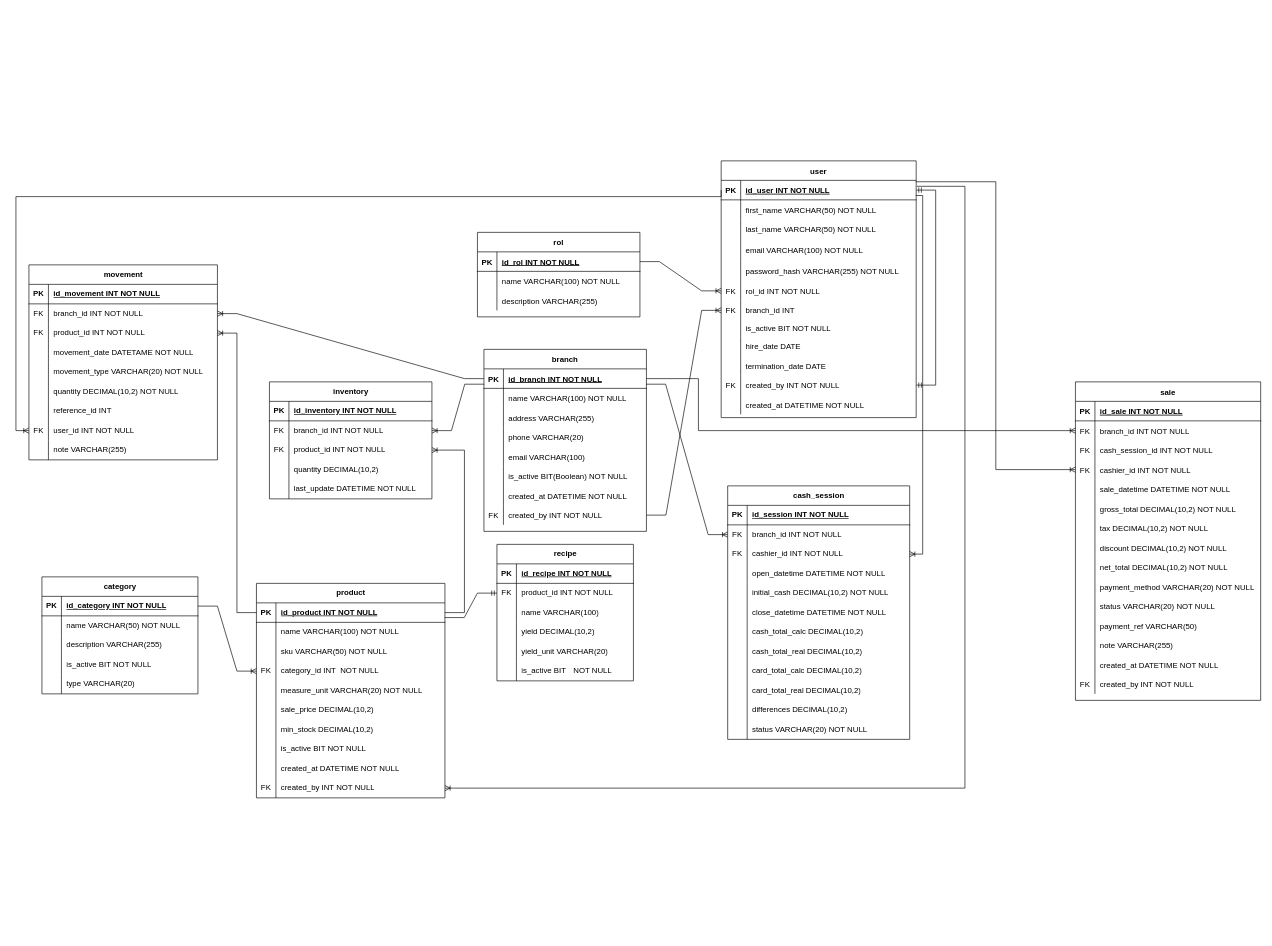
Above: Requerimientos/zeromerma_db.drawio in CastellanosBS/ZeroMerma (draw.io), before the change. Source tidied: cells renumbered, new cells numbered last; positions are measured from the earlier drawing's top-left corner, leaving out a move shared by most shapes. Both pictures are drawn from the tidied source at 65%, with x=0, y=0 at pixel (16, 161).
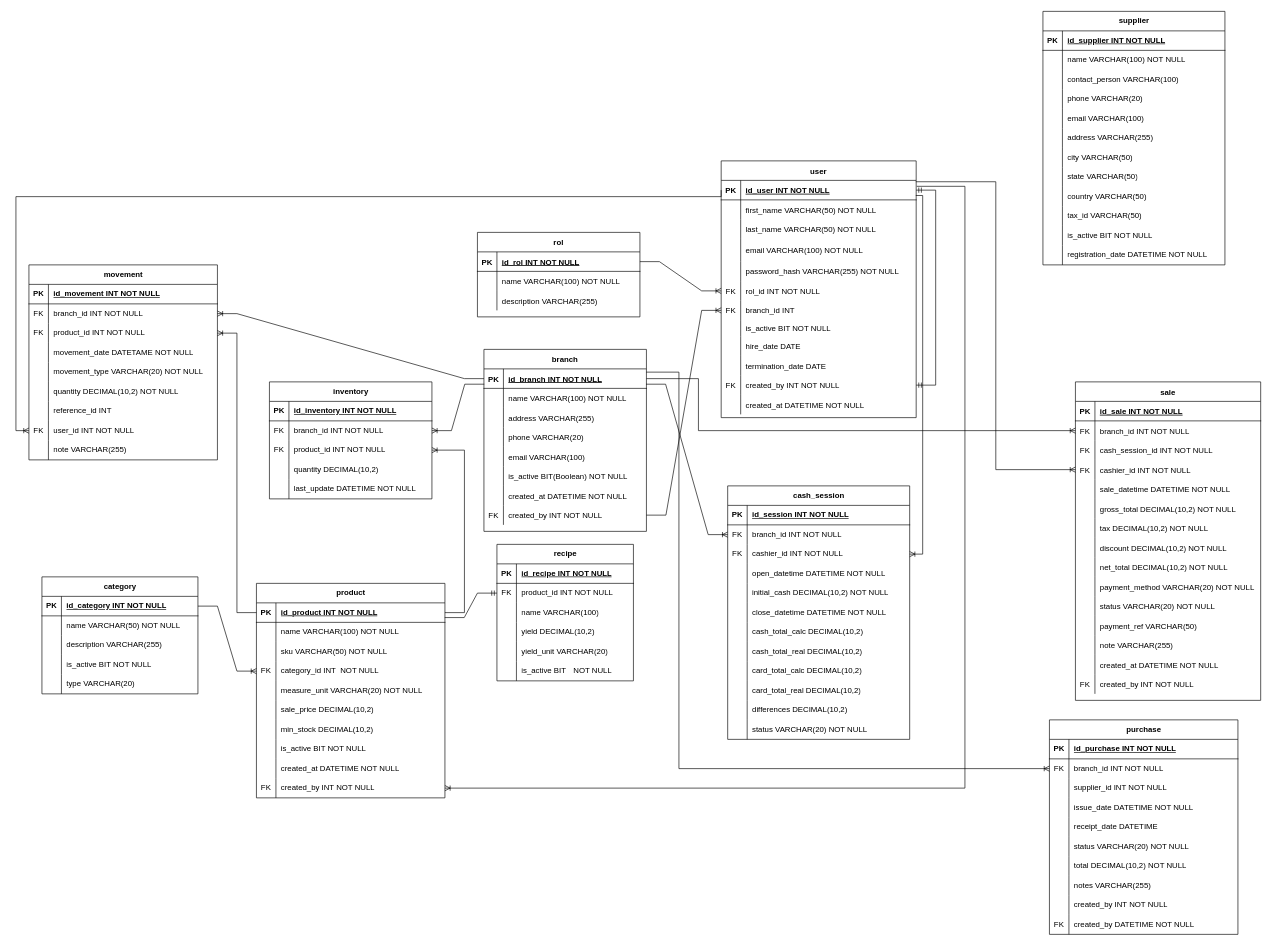
Above is the later version.

The change refers to these unchanged cells:
```xml
<mxCell id="3" style="shape=partialRectangle;fillColor=none;points=[[0,0.5],[1,0.5]];portConstraint=eastwest;top=0;left=0;right=0;bottom=1;" parent="2" vertex="1">
  <mxGeometry y="30" width="250" height="30" as="geometry" />
</mxCell>
```

Change to the diagram source:
```diff
@@
+    <mxCell id="282" value="supplier" style="shape=table;startSize=30;childLayout=tableLayout;rowLines=0;fontStyle=1;align=center;html=1;" parent="1" vertex="1">
+      <mxGeometry x="1580" y="-230" width="280" height="390" as="geometry" />
+    </mxCell>
+    <mxCell id="283" style="shape=tableRow;horizontal=0;startSize=0;swimlaneHead=0;swimlaneBody=0;fillColor=none;top=0;left=0;right=0;bottom=1;" parent="282" vertex="1">
+      <mxGeometry y="30" width="280" height="30" as="geometry" />
+    </mxCell>
+    <mxCell id="284" value="PK" style="shape=partialRectangle;fillColor=none;top=0;left=0;bottom=0;right=0;fontStyle=1;overflow=hidden;whiteSpace=wrap;html=1;" parent="283" vertex="1">
+      <mxGeometry width="30" height="30" as="geometry" />
+    </mxCell>
+    <mxCell id="285" value="id_supplier INT NOT NULL" style="shape=partialRectangle;fillColor=none;top=0;left=0;bottom=0;right=0;align=left;spacingLeft=6;fontStyle=5;overflow=hidden;whiteSpace=wrap;html=1;" parent="283" vertex="1">
+      <mxGeometry x="30" width="250" height="30" as="geometry" />
+    </mxCell>
+    <mxCell id="286" style="shape=tableRow;horizontal=0;startSize=0;swimlaneHead=0;swimlaneBody=0;fillColor=none;top=0;left=0;right=0;bottom=0;" parent="282" vertex="1">
+      <mxGeometry y="60" width="280" height="30" as="geometry" />
+    </mxCell>
+    <mxCell id="287" style="shape=partialRectangle;fillColor=none;top=0;left=0;bottom=0;right=0;overflow=hidden;whiteSpace=wrap;html=1;" parent="286" vertex="1">
+      <mxGeometry width="30" height="30" as="geometry" />
+    </mxCell>
+    <mxCell id="288" value="name VARCHAR(100) NOT NULL" style="shape=partialRectangle;fillColor=none;top=0;left=0;bottom=0;right=0;align=left;spacingLeft=6;overflow=hidden;whiteSpace=wrap;html=1;" parent="286" vertex="1">
+      <mxGeometry x="30" width="250" height="30" as="geometry" />
+    </mxCell>
+    <mxCell id="289" style="shape=tableRow;horizontal=0;startSize=0;swimlaneHead=0;swimlaneBody=0;fillColor=none;top=0;left=0;right=0;bottom=0;" parent="282" vertex="1">
+      <mxGeometry y="90" width="280" height="30" as="geometry" />
+    </mxCell>
+    <mxCell id="290" style="shape=partialRectangle;fillColor=none;top=0;left=0;bottom=0;right=0;overflow=hidden;whiteSpace=wrap;html=1;" parent="289" vertex="1">
+      <mxGeometry width="30" height="30" as="geometry" />
+    </mxCell>
+    <mxCell id="291" value="contact_person VARCHAR(100)" style="shape=partialRectangle;fillColor=none;top=0;left=0;bottom=0;right=0;align=left;spacingLeft=6;overflow=hidden;whiteSpace=wrap;html=1;" parent="289" vertex="1">
+      <mxGeometry x="30" width="250" height="30" as="geometry" />
+    </mxCell>
+    <mxCell id="292" style="shape=tableRow;horizontal=0;startSize=0;swimlaneHead=0;swimlaneBody=0;fillColor=none;top=0;left=0;right=0;bottom=0;" parent="282" vertex="1">
+      <mxGeometry y="120" width="280" height="30" as="geometry" />
+    </mxCell>
+    <mxCell id="293" style="shape=partialRectangle;fillColor=none;top=0;left=0;bottom=0;right=0;overflow=hidden;whiteSpace=wrap;html=1;" parent="292" vertex="1">
+      <mxGeometry width="30" height="30" as="geometry" />
+    </mxCell>
+    <mxCell id="294" value="phone VARCHAR(20)" style="shape=partialRectangle;fillColor=none;top=0;left=0;bottom=0;right=0;align=left;spacingLeft=6;overflow=hidden;whiteSpace=wrap;html=1;" parent="292" vertex="1">
+      <mxGeometry x="30" width="250" height="30" as="geometry" />
+    </mxCell>
+    <mxCell id="295" style="shape=tableRow;horizontal=0;startSize=0;swimlaneHead=0;swimlaneBody=0;fillColor=none;top=0;left=0;right=0;bottom=0;" parent="282" vertex="1">
+      <mxGeometry y="150" width="280" height="30" as="geometry" />
+    </mxCell>
+    <mxCell id="296" style="shape=partialRectangle;fillColor=none;top=0;left=0;bottom=0;right=0;overflow=hidden;whiteSpace=wrap;html=1;" parent="295" vertex="1">
+      <mxGeometry width="30" height="30" as="geometry" />
+    </mxCell>
+    <mxCell id="297" value="email VARCHAR(100)&amp;nbsp;" style="shape=partialRectangle;fillColor=none;top=0;left=0;bottom=0;right=0;align=left;spacingLeft=6;overflow=hidden;whiteSpace=wrap;html=1;" parent="295" vertex="1">
+      <mxGeometry x="30" width="250" height="30" as="geometry" />
+    </mxCell>
+    <mxCell id="298" style="shape=tableRow;horizontal=0;startSize=0;swimlaneHead=0;swimlaneBody=0;fillColor=none;top=0;left=0;right=0;bottom=0;" parent="282" vertex="1">
+      <mxGeometry y="180" width="280" height="30" as="geometry" />
+    </mxCell>
+    <mxCell id="299" style="shape=partialRectangle;fillColor=none;top=0;left=0;bottom=0;right=0;overflow=hidden;whiteSpace=wrap;html=1;" parent="298" vertex="1">
+      <mxGeometry width="30" height="30" as="geometry" />
+    </mxCell>
+    <mxCell id="300" value="address VARCHAR(255)" style="shape=partialRectangle;fillColor=none;top=0;left=0;bottom=0;right=0;align=left;spacingLeft=6;overflow=hidden;whiteSpace=wrap;html=1;" parent="298" vertex="1">
+      <mxGeometry x="30" width="250" height="30" as="geometry" />
+    </mxCell>
+    <mxCell id="301" style="shape=tableRow;horizontal=0;startSize=0;swimlaneHead=0;swimlaneBody=0;fillColor=none;top=0;left=0;right=0;bottom=0;" parent="282" vertex="1">
+      <mxGeometry y="210" width="280" height="30" as="geometry" />
+    </mxCell>
+    <mxCell id="302" style="shape=partialRectangle;fillColor=none;top=0;left=0;bottom=0;right=0;overflow=hidden;whiteSpace=wrap;html=1;" parent="301" vertex="1">
+      <mxGeometry width="30" height="30" as="geometry" />
+    </mxCell>
+    <mxCell id="303" value="city VARCHAR(50)" style="shape=partialRectangle;fillColor=none;top=0;left=0;bottom=0;right=0;align=left;spacingLeft=6;overflow=hidden;whiteSpace=wrap;html=1;" parent="301" vertex="1">
+      <mxGeometry x="30" width="250" height="30" as="geometry" />
+    </mxCell>
+    <mxCell id="304" style="shape=tableRow;horizontal=0;startSize=0;swimlaneHead=0;swimlaneBody=0;fillColor=none;top=0;left=0;right=0;bottom=0;" parent="282" vertex="1">
+      <mxGeometry y="240" width="280" height="30" as="geometry" />
+    </mxCell>
+    <mxCell id="305" style="shape=partialRectangle;fillColor=none;top=0;left=0;bottom=0;right=0;overflow=hidden;whiteSpace=wrap;html=1;" parent="304" vertex="1">
+      <mxGeometry width="30" height="30" as="geometry" />
+    </mxCell>
+    <mxCell id="306" value="state VARCHAR(50)" style="shape=partialRectangle;fillColor=none;top=0;left=0;bottom=0;right=0;align=left;spacingLeft=6;overflow=hidden;whiteSpace=wrap;html=1;" parent="304" vertex="1">
+      <mxGeometry x="30" width="250" height="30" as="geometry" />
+    </mxCell>
+    <mxCell id="307" style="shape=tableRow;horizontal=0;startSize=0;swimlaneHead=0;swimlaneBody=0;fillColor=none;top=0;left=0;right=0;bottom=0;" parent="282" vertex="1">
+      <mxGeometry y="270" width="280" height="30" as="geometry" />
+    </mxCell>
+    <mxCell id="308" style="shape=partialRectangle;fillColor=none;top=0;left=0;bottom=0;right=0;overflow=hidden;whiteSpace=wrap;html=1;" parent="307" vertex="1">
+      <mxGeometry width="30" height="30" as="geometry" />
+    </mxCell>
+    <mxCell id="309" value="country VARCHAR(50)" style="shape=partialRectangle;fillColor=none;top=0;left=0;bottom=0;right=0;align=left;spacingLeft=6;overflow=hidden;whiteSpace=wrap;html=1;" parent="307" vertex="1">
+      <mxGeometry x="30" width="250" height="30" as="geometry" />
+    </mxCell>
+    <mxCell id="310" style="shape=tableRow;horizontal=0;startSize=0;swimlaneHead=0;swimlaneBody=0;fillColor=none;top=0;left=0;right=0;bottom=0;" parent="282" vertex="1">
+      <mxGeometry y="300" width="280" height="30" as="geometry" />
+    </mxCell>
+    <mxCell id="311" style="shape=partialRectangle;fillColor=none;top=0;left=0;bottom=0;right=0;overflow=hidden;whiteSpace=wrap;html=1;" parent="310" vertex="1">
+      <mxGeometry width="30" height="30" as="geometry" />
+    </mxCell>
+    <mxCell id="312" value="tax_id VARCHAR(50)" style="shape=partialRectangle;fillColor=none;top=0;left=0;bottom=0;right=0;align=left;spacingLeft=6;overflow=hidden;whiteSpace=wrap;html=1;" parent="310" vertex="1">
+      <mxGeometry x="30" width="250" height="30" as="geometry" />
+    </mxCell>
+    <mxCell id="313" style="shape=tableRow;horizontal=0;startSize=0;swimlaneHead=0;swimlaneBody=0;fillColor=none;top=0;left=0;right=0;bottom=0;" parent="282" vertex="1">
+      <mxGeometry y="330" width="280" height="30" as="geometry" />
+    </mxCell>
+    <mxCell id="314" style="shape=partialRectangle;fillColor=none;top=0;left=0;bottom=0;right=0;overflow=hidden;whiteSpace=wrap;html=1;" parent="313" vertex="1">
+      <mxGeometry width="30" height="30" as="geometry" />
+    </mxCell>
+    <mxCell id="315" value="is_active BIT NOT NULL" style="shape=partialRectangle;fillColor=none;top=0;left=0;bottom=0;right=0;align=left;spacingLeft=6;overflow=hidden;whiteSpace=wrap;html=1;" parent="313" vertex="1">
+      <mxGeometry x="30" width="250" height="30" as="geometry" />
+    </mxCell>
+    <mxCell id="316" style="shape=tableRow;horizontal=0;startSize=0;swimlaneHead=0;swimlaneBody=0;fillColor=none;top=0;left=0;right=0;bottom=0;" parent="282" vertex="1">
+      <mxGeometry y="360" width="280" height="30" as="geometry" />
+    </mxCell>
+    <mxCell id="317" style="shape=partialRectangle;fillColor=none;top=0;left=0;bottom=0;right=0;overflow=hidden;whiteSpace=wrap;html=1;" parent="316" vertex="1">
+      <mxGeometry width="30" height="30" as="geometry" />
+    </mxCell>
+    <mxCell id="318" value="registration_date DATETIME NOT NULL" style="shape=partialRectangle;fillColor=none;top=0;left=0;bottom=0;right=0;align=left;spacingLeft=6;overflow=hidden;whiteSpace=wrap;html=1;" parent="316" vertex="1">
+      <mxGeometry x="30" width="250" height="30" as="geometry" />
+    </mxCell>
+    <mxCell id="319" value="purchase" style="shape=table;startSize=30;childLayout=tableLayout;rowLines=0;fontStyle=1;align=center;html=1;" parent="1" vertex="1">
+      <mxGeometry x="1590" y="860" width="290" height="330" as="geometry" />
+    </mxCell>
+    <mxCell id="320" style="shape=tableRow;horizontal=0;startSize=0;swimlaneHead=0;swimlaneBody=0;fillColor=none;top=0;left=0;right=0;bottom=1;" parent="319" vertex="1">
+      <mxGeometry y="30" width="290" height="30" as="geometry" />
+    </mxCell>
+    <mxCell id="321" value="PK" style="shape=partialRectangle;fillColor=none;top=0;left=0;bottom=0;right=0;fontStyle=1;overflow=hidden;whiteSpace=wrap;html=1;" parent="320" vertex="1">
+      <mxGeometry width="30" height="30" as="geometry" />
+    </mxCell>
+    <mxCell id="322" value="id_purchase INT NOT NULL" style="shape=partialRectangle;fillColor=none;top=0;left=0;bottom=0;right=0;align=left;spacingLeft=6;fontStyle=5;overflow=hidden;whiteSpace=wrap;html=1;" parent="320" vertex="1">
+      <mxGeometry x="30" width="260" height="30" as="geometry" />
+    </mxCell>
+    <mxCell id="323" style="shape=tableRow;horizontal=0;startSize=0;swimlaneHead=0;swimlaneBody=0;fillColor=none;points=[[0,0.5],[1,0.5]];portConstraint=eastwest;top=0;left=0;right=0;bottom=0;" parent="319" vertex="1">
+      <mxGeometry y="60" width="290" height="30" as="geometry" />
+    </mxCell>
+    <mxCell id="324" value="FK" style="shape=partialRectangle;fillColor=none;top=0;left=0;bottom=0;right=0;overflow=hidden;whiteSpace=wrap;html=1;" parent="323" vertex="1">
+      <mxGeometry width="30" height="30" as="geometry" />
+    </mxCell>
+    <mxCell id="325" value="branch_id INT NOT NULL" style="shape=partialRectangle;fillColor=none;top=0;left=0;bottom=0;right=0;align=left;spacingLeft=6;overflow=hidden;whiteSpace=wrap;html=1;" parent="323" vertex="1">
+      <mxGeometry x="30" width="260" height="30" as="geometry" />
+    </mxCell>
+    <mxCell id="326" style="shape=tableRow;horizontal=0;startSize=0;swimlaneHead=0;swimlaneBody=0;fillColor=none;top=0;left=0;right=0;bottom=0;" parent="319" vertex="1">
+      <mxGeometry y="90" width="290" height="30" as="geometry" />
+    </mxCell>
+    <mxCell id="327" style="shape=partialRectangle;fillColor=none;top=0;left=0;bottom=0;right=0;overflow=hidden;whiteSpace=wrap;html=1;" parent="326" vertex="1">
+      <mxGeometry width="30" height="30" as="geometry" />
+    </mxCell>
+    <mxCell id="328" value="supplier_id INT NOT NULL" style="shape=partialRectangle;fillColor=none;top=0;left=0;bottom=0;right=0;align=left;spacingLeft=6;overflow=hidden;whiteSpace=wrap;html=1;" parent="326" vertex="1">
+      <mxGeometry x="30" width="260" height="30" as="geometry" />
+    </mxCell>
+    <mxCell id="329" style="shape=tableRow;horizontal=0;startSize=0;swimlaneHead=0;swimlaneBody=0;fillColor=none;top=0;left=0;right=0;bottom=0;" parent="319" vertex="1">
+      <mxGeometry y="120" width="290" height="30" as="geometry" />
+    </mxCell>
+    <mxCell id="330" style="shape=partialRectangle;fillColor=none;top=0;left=0;bottom=0;right=0;overflow=hidden;whiteSpace=wrap;html=1;" parent="329" vertex="1">
+      <mxGeometry width="30" height="30" as="geometry" />
+    </mxCell>
+    <mxCell id="331" value="issue_date DATETIME NOT NULL" style="shape=partialRectangle;fillColor=none;top=0;left=0;bottom=0;right=0;align=left;spacingLeft=6;overflow=hidden;whiteSpace=wrap;html=1;" parent="329" vertex="1">
+      <mxGeometry x="30" width="260" height="30" as="geometry" />
+    </mxCell>
+    <mxCell id="332" style="shape=tableRow;horizontal=0;startSize=0;swimlaneHead=0;swimlaneBody=0;fillColor=none;top=0;left=0;right=0;bottom=0;" parent="319" vertex="1">
+      <mxGeometry y="150" width="290" height="30" as="geometry" />
+    </mxCell>
+    <mxCell id="333" style="shape=partialRectangle;fillColor=none;top=0;left=0;bottom=0;right=0;overflow=hidden;whiteSpace=wrap;html=1;" parent="332" vertex="1">
+      <mxGeometry width="30" height="30" as="geometry" />
+    </mxCell>
+    <mxCell id="334" value="receipt_date DATETIME" style="shape=partialRectangle;fillColor=none;top=0;left=0;bottom=0;right=0;align=left;spacingLeft=6;overflow=hidden;whiteSpace=wrap;html=1;" parent="332" vertex="1">
+      <mxGeometry x="30" width="260" height="30" as="geometry" />
+    </mxCell>
+    <mxCell id="335" style="shape=tableRow;horizontal=0;startSize=0;swimlaneHead=0;swimlaneBody=0;fillColor=none;top=0;left=0;right=0;bottom=0;" parent="319" vertex="1">
+      <mxGeometry y="180" width="290" height="30" as="geometry" />
+    </mxCell>
+    <mxCell id="336" style="shape=partialRectangle;fillColor=none;top=0;left=0;bottom=0;right=0;overflow=hidden;whiteSpace=wrap;html=1;" parent="335" vertex="1">
+      <mxGeometry width="30" height="30" as="geometry" />
+    </mxCell>
+    <mxCell id="337" value="status VARCHAR(20) NOT NULL" style="shape=partialRectangle;fillColor=none;top=0;left=0;bottom=0;right=0;align=left;spacingLeft=6;overflow=hidden;whiteSpace=wrap;html=1;" parent="335" vertex="1">
+      <mxGeometry x="30" width="260" height="30" as="geometry" />
+    </mxCell>
+    <mxCell id="338" style="shape=tableRow;horizontal=0;startSize=0;swimlaneHead=0;swimlaneBody=0;fillColor=none;top=0;left=0;right=0;bottom=0;" parent="319" vertex="1">
+      <mxGeometry y="210" width="290" height="30" as="geometry" />
+    </mxCell>
+    <mxCell id="339" style="shape=partialRectangle;fillColor=none;top=0;left=0;bottom=0;right=0;overflow=hidden;whiteSpace=wrap;html=1;" parent="338" vertex="1">
+      <mxGeometry width="30" height="30" as="geometry" />
+    </mxCell>
+    <mxCell id="340" value="total DECIMAL(10,2) NOT NULL" style="shape=partialRectangle;fillColor=none;top=0;left=0;bottom=0;right=0;align=left;spacingLeft=6;overflow=hidden;whiteSpace=wrap;html=1;" parent="338" vertex="1">
+      <mxGeometry x="30" width="260" height="30" as="geometry" />
+    </mxCell>
+    <mxCell id="341" style="shape=tableRow;horizontal=0;startSize=0;swimlaneHead=0;swimlaneBody=0;fillColor=none;top=0;left=0;right=0;bottom=0;" parent="319" vertex="1">
+      <mxGeometry y="240" width="290" height="30" as="geometry" />
+    </mxCell>
+    <mxCell id="342" style="shape=partialRectangle;fillColor=none;top=0;left=0;bottom=0;right=0;overflow=hidden;whiteSpace=wrap;html=1;" parent="341" vertex="1">
+      <mxGeometry width="30" height="30" as="geometry" />
+    </mxCell>
+    <mxCell id="343" value="notes VARCHAR(255)" style="shape=partialRectangle;fillColor=none;top=0;left=0;bottom=0;right=0;align=left;spacingLeft=6;overflow=hidden;whiteSpace=wrap;html=1;" parent="341" vertex="1">
+      <mxGeometry x="30" width="260" height="30" as="geometry" />
+    </mxCell>
+    <mxCell id="344" style="shape=tableRow;horizontal=0;startSize=0;swimlaneHead=0;swimlaneBody=0;fillColor=none;top=0;left=0;right=0;bottom=0;" parent="319" vertex="1">
+      <mxGeometry y="270" width="290" height="30" as="geometry" />
+    </mxCell>
+    <mxCell id="345" style="shape=partialRectangle;fillColor=none;top=0;left=0;bottom=0;right=0;overflow=hidden;whiteSpace=wrap;html=1;" parent="344" vertex="1">
+      <mxGeometry width="30" height="30" as="geometry" />
+    </mxCell>
+    <mxCell id="346" value="created_by INT NOT NULL" style="shape=partialRectangle;fillColor=none;top=0;left=0;bottom=0;right=0;align=left;spacingLeft=6;overflow=hidden;whiteSpace=wrap;html=1;" parent="344" vertex="1">
+      <mxGeometry x="30" width="260" height="30" as="geometry" />
+    </mxCell>
+    <mxCell id="347" style="shape=tableRow;horizontal=0;startSize=0;swimlaneHead=0;swimlaneBody=0;fillColor=none;top=0;left=0;right=0;bottom=0;" parent="319" vertex="1">
+      <mxGeometry y="300" width="290" height="30" as="geometry" />
+    </mxCell>
+    <mxCell id="348" value="FK" style="shape=partialRectangle;fillColor=none;top=0;left=0;bottom=0;right=0;overflow=hidden;whiteSpace=wrap;html=1;" parent="347" vertex="1">
+      <mxGeometry width="30" height="30" as="geometry" />
+    </mxCell>
+    <mxCell id="349" value="created_by DATETIME NOT NULL" style="shape=partialRectangle;fillColor=none;top=0;left=0;bottom=0;right=0;align=left;spacingLeft=6;overflow=hidden;whiteSpace=wrap;html=1;" parent="347" vertex="1">
+      <mxGeometry x="30" width="260" height="30" as="geometry" />
+    </mxCell>
+    <mxCell id="350" style="edgeStyle=orthogonalEdgeStyle;fontSize=12;html=1;endArrow=ERoneToMany;rounded=0;entryX=0;entryY=0.5;entryDx=0;entryDy=0;exitX=0.999;exitY=0.167;exitDx=0;exitDy=0;exitPerimeter=0;" parent="1" edge="1" source="3" target="323">
+      <mxGeometry relative="1" as="geometry">
+        <Array as="points">
+          <mxPoint x="1020" y="325" />
+          <mxPoint x="1020" y="935" />
+        </Array>
+      </mxGeometry>
+    </mxCell>
```
